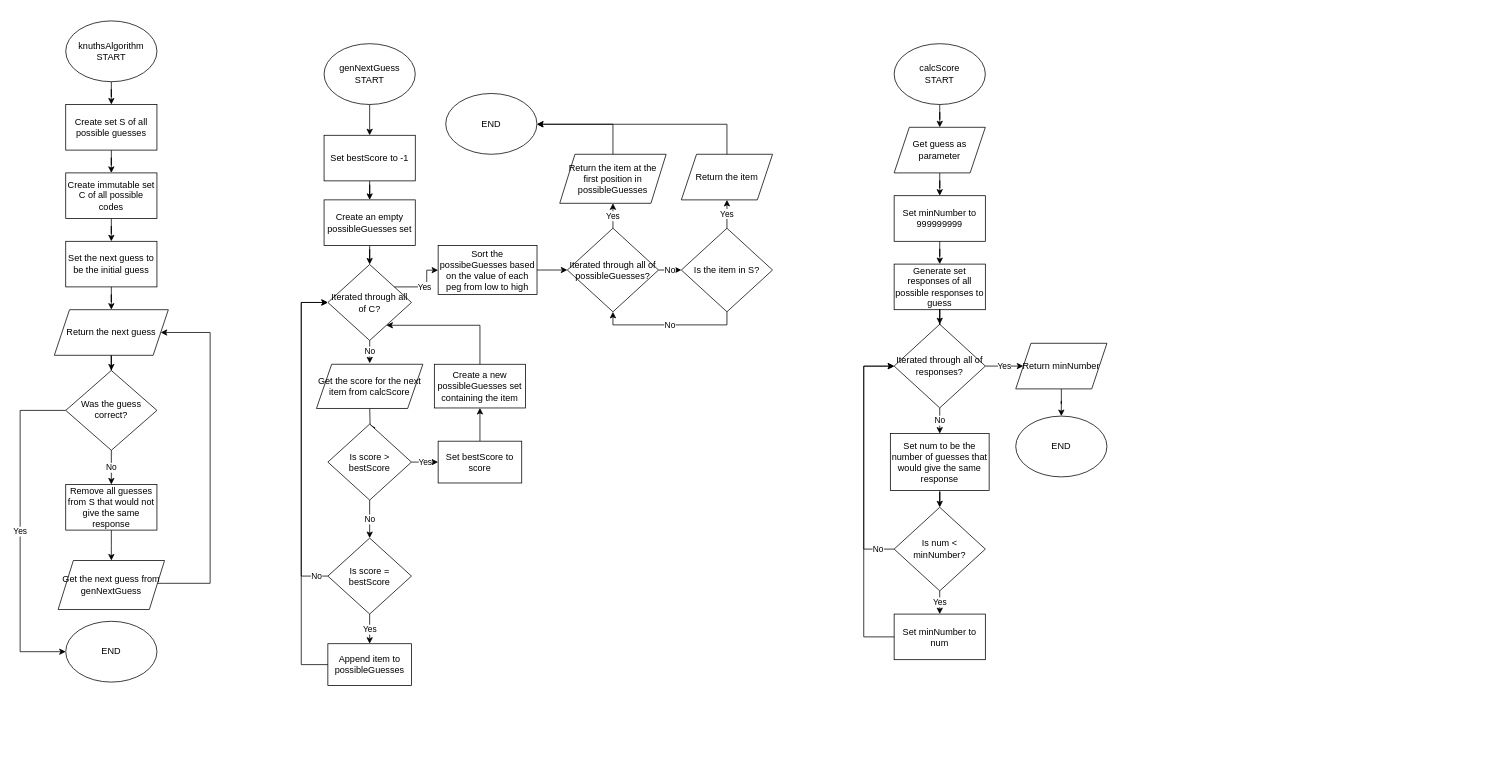
The draw.io diagram Knuths Algorithm Flowchart.drawio in Rufushwilliams/NEA---MasterMind, before the edit. Source tidied: cells renumbered, new cells numbered last; positions are measured from the earlier drawing's top-left corner, leaving out a move shared by most shapes. Both pictures are drawn from the tidied source at 76%, with x=0, y=0 at pixel (20, 21).
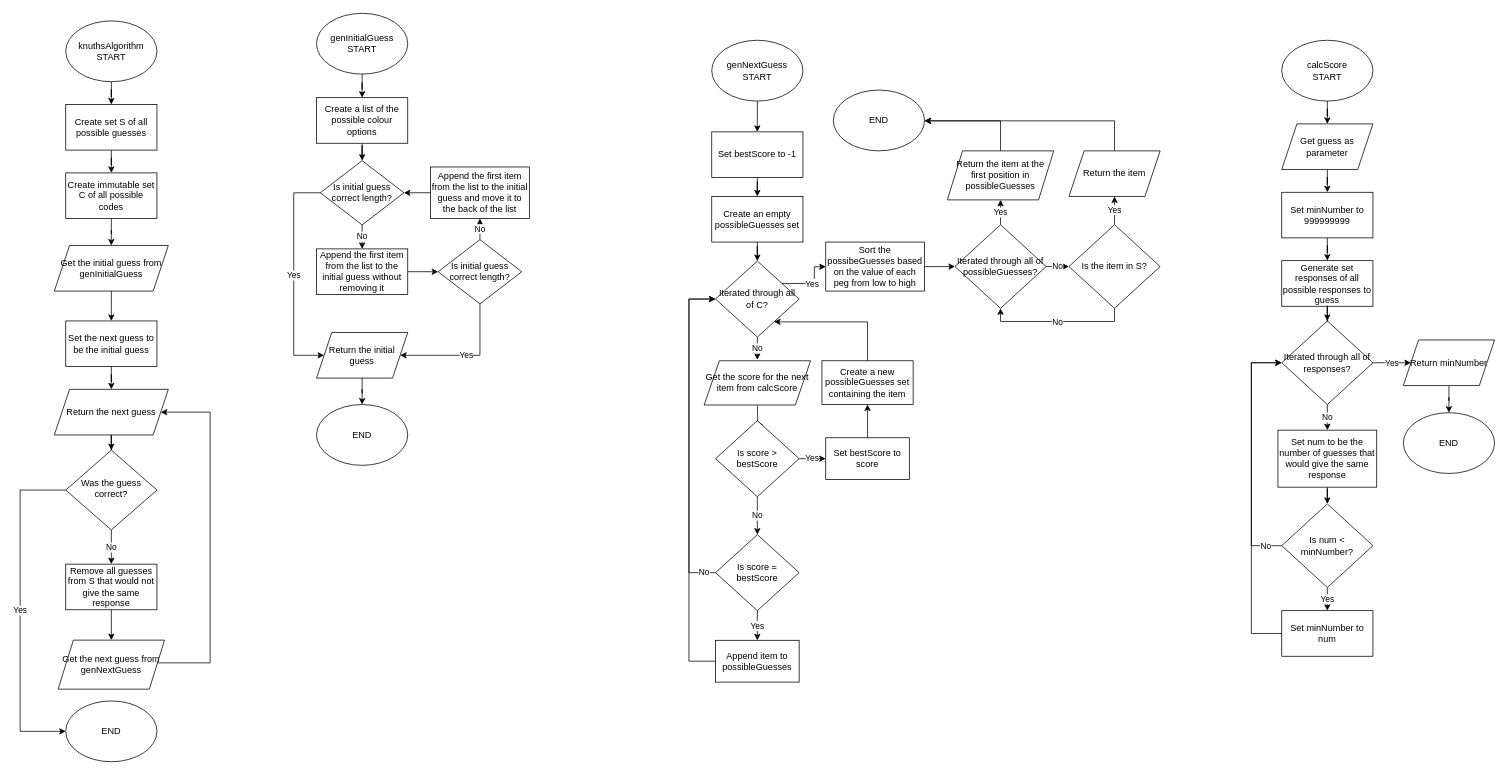
The same page after the edit.

Unchanged cells that the change refers to:
```xml
<mxCell id="7" value="Create immutable set C of all possible codes" style="rounded=0;whiteSpace=wrap;html=1;" parent="1" vertex="1">
  <mxGeometry x="60" y="200" width="120" height="60" as="geometry" />
</mxCell>
```

What changed in the source:
```diff
@@
-    <mxCell id="6" style="edgeStyle=orthogonalEdgeStyle;rounded=0;jettySize=auto;html=1;" parent="1" edge="1" source="7" target="8">
-      <mxGeometry relative="1" as="geometry" />
-    </mxCell>
+    <mxCell id="77" style="edgeStyle=orthogonalEdgeStyle;rounded=0;jettySize=auto;html=1;" parent="1" edge="1" source="7" target="96">
+      <mxGeometry relative="1" as="geometry" />
+    </mxCell>
@@
     <mxCell id="8" value="Set the next guess to be the initial guess" style="rounded=0;whiteSpace=wrap;html=1;" parent="1" vertex="1">
-      <mxGeometry x="60" y="290" width="120" height="60" as="geometry" />
+      <mxGeometry x="60" y="394.8" width="120" height="60" as="geometry" />
     </mxCell>
@@
     <mxCell id="11" value="Return the next guess" style="shape=parallelogram;perimeter=parallelogramPerimeter;whiteSpace=wrap;html=1;fixedSize=1;" parent="1" vertex="1">
-      <mxGeometry x="45" y="380" width="150" height="60" as="geometry" />
+      <mxGeometry x="45" y="484.8" width="150" height="60" as="geometry" />
     </mxCell>
     <mxCell id="12" style="edgeStyle=orthogonalEdgeStyle;rounded=0;jettySize=auto;html=1;" parent="1" edge="1" source="13">
       <mxGeometry relative="1" as="geometry">
-        <mxPoint x="120" y="710" as="targetPoint" />
+        <mxPoint x="120" y="814.7" as="targetPoint" />
       </mxGeometry>
     </mxCell>
     <mxCell id="13" value="Remove all guesses from S that would not give the same response" style="rounded=0;whiteSpace=wrap;html=1;" parent="1" vertex="1">
-      <mxGeometry x="60" y="610" width="120" height="60" as="geometry" />
+      <mxGeometry x="60" y="714.8" width="120" height="60" as="geometry" />
     </mxCell>
     <mxCell id="14" value="Yes" style="edgeStyle=orthogonalEdgeStyle;rounded=0;jettySize=auto;html=1;" parent="1" edge="1" source="15" target="16">
       <mxGeometry relative="1" as="geometry">
         <Array as="points">
-          <mxPoint y="513" />
-          <mxPoint y="830" />
+          <mxPoint y="617.8" />
+          <mxPoint y="934.8" />
         </Array>
       </mxGeometry>
     </mxCell>
     <mxCell id="15" value="Was the guess correct?" style="rhombus;whiteSpace=wrap;html=1;shadow=0;fontFamily=Helvetica;fontSize=12;align=center;strokeWidth=1;spacing=6;spacingTop=-4;" parent="1" vertex="1">
-      <mxGeometry x="60" y="460" width="120" height="105" as="geometry" />
+      <mxGeometry x="60" y="564.8" width="120" height="105" as="geometry" />
     </mxCell>
     <mxCell id="16" value="END" style="ellipse;whiteSpace=wrap;html=1;" parent="1" vertex="1">
-      <mxGeometry x="60" y="790" width="120" height="80" as="geometry" />
+      <mxGeometry x="60" y="894.8" width="120" height="80" as="geometry" />
     </mxCell>
     <mxCell id="17" value="No" style="edgeStyle=orthogonalEdgeStyle;rounded=0;jettySize=auto;html=1;" parent="1" edge="1" source="15" target="13">
       <mxGeometry relative="1" as="geometry">
         <Array as="points">
-          <mxPoint x="120" y="600" />
-          <mxPoint x="120" y="600" />
+          <mxPoint x="120" y="704.8" />
+          <mxPoint x="120" y="704.8" />
         </Array>
       </mxGeometry>
     </mxCell>
     <mxCell id="18" style="edgeStyle=orthogonalEdgeStyle;rounded=0;jettySize=auto;html=1;" parent="1" edge="1" target="11">
       <mxGeometry relative="1" as="geometry">
-        <mxPoint x="180" y="740" as="sourcePoint" />
+        <mxPoint x="180" y="844.7" as="sourcePoint" />
         <Array as="points">
-          <mxPoint x="250" y="740" />
-          <mxPoint x="250" y="410" />
+          <mxPoint x="250" y="844.8" />
+          <mxPoint x="250" y="514.8" />
         </Array>
       </mxGeometry>
     </mxCell>
     <mxCell id="19" style="edgeStyle=orthogonalEdgeStyle;rounded=0;jettySize=auto;html=1;" parent="1" edge="1" target="22">
       <mxGeometry relative="1" as="geometry">
-        <mxPoint x="460" y="510.5" as="sourcePoint" />
+        <mxPoint x="970" y="506" as="sourcePoint" />
       </mxGeometry>
     </mxCell>
     <mxCell id="20" value="Iterated through all of C?" style="rhombus;whiteSpace=wrap;html=1;" parent="1" vertex="1">
-      <mxGeometry x="404.9" y="320.5" width="110" height="100" as="geometry" />
+      <mxGeometry x="915" y="316" width="110" height="100" as="geometry" />
     </mxCell>
@@
     <mxCell id="22" value="Is score &amp;gt; bestScore" style="rhombus;whiteSpace=wrap;html=1;" parent="1" vertex="1">
-      <mxGeometry x="404.9" y="530.5" width="110" height="100" as="geometry" />
+      <mxGeometry x="915" y="526" width="110" height="100" as="geometry" />
     </mxCell>
@@
     <mxCell id="24" value="Create an empty possibleGuesses set" style="rounded=0;whiteSpace=wrap;html=1;" parent="1" vertex="1">
-      <mxGeometry x="399.9" y="235.5" width="120" height="60" as="geometry" />
+      <mxGeometry x="910" y="231" width="120" height="60" as="geometry" />
     </mxCell>
     <mxCell id="25" value="Is score = bestScore" style="rhombus;whiteSpace=wrap;html=1;" parent="1" vertex="1">
-      <mxGeometry x="404.9" y="680.5" width="110" height="100" as="geometry" />
+      <mxGeometry x="915" y="676" width="110" height="100" as="geometry" />
     </mxCell>
@@
     <mxCell id="27" value="No" style="edgeStyle=orthogonalEdgeStyle;rounded=0;jettySize=auto;html=1;" parent="1" edge="1" source="25" target="20">
       <mxGeometry x="-0.93" relative="1" as="geometry">
         <Array as="points">
-          <mxPoint x="369.9" y="730.5" />
-          <mxPoint x="369.9" y="370.5" />
+          <mxPoint x="880" y="726" />
+          <mxPoint x="880" y="366" />
         </Array>
       </mxGeometry>
     </mxCell>
     <mxCell id="28" value="No" style="endArrow=classic;html=1;rounded=0;" parent="1" edge="1" source="20">
       <mxGeometry relative="1" as="geometry">
-        <mxPoint x="460" y="450.5" as="targetPoint" />
+        <mxPoint x="970" y="446" as="targetPoint" />
       </mxGeometry>
     </mxCell>
@@
     <mxCell id="30" value="Set bestScore to score" style="rounded=0;whiteSpace=wrap;html=1;" parent="1" vertex="1">
-      <mxGeometry x="550" y="553" width="110" height="55" as="geometry" />
+      <mxGeometry x="1060" y="548.5" width="110" height="55" as="geometry" />
     </mxCell>
     <mxCell id="31" value="Create a new possibleGuesses set containing the item" style="rounded=0;whiteSpace=wrap;html=1;" parent="1" vertex="1">
-      <mxGeometry x="545" y="451.8" width="120" height="57.5" as="geometry" />
+      <mxGeometry x="1055" y="447.2" width="120" height="57.5" as="geometry" />
     </mxCell>
     <mxCell id="32" style="edgeStyle=orthogonalEdgeStyle;rounded=0;jettySize=auto;html=1;" parent="1" edge="1" source="31" target="20">
       <mxGeometry relative="1" as="geometry">
         <Array as="points">
-          <mxPoint x="605" y="400.5" />
+          <mxPoint x="1115" y="396" />
         </Array>
       </mxGeometry>
     </mxCell>
@@
     <mxCell id="34" value="Set bestScore to -1" style="rounded=0;whiteSpace=wrap;html=1;" parent="1" vertex="1">
-      <mxGeometry x="399.9" y="150.5" width="120" height="60" as="geometry" />
+      <mxGeometry x="910" y="146" width="120" height="60" as="geometry" />
     </mxCell>
     <mxCell id="35" value="Append item to possibleGuesses" style="rounded=0;whiteSpace=wrap;html=1;" parent="1" vertex="1">
-      <mxGeometry x="404.9" y="819.5" width="110" height="55" as="geometry" />
+      <mxGeometry x="915" y="815" width="110" height="55" as="geometry" />
     </mxCell>
@@
     <mxCell id="37" style="edgeStyle=orthogonalEdgeStyle;rounded=0;jettySize=auto;html=1;" parent="1" edge="1" source="35" target="20">
       <mxGeometry relative="1" as="geometry">
         <Array as="points">
-          <mxPoint x="369.9" y="847" />
-          <mxPoint x="369.9" y="370.5" />
+          <mxPoint x="880" y="842.5" />
+          <mxPoint x="880" y="366" />
         </Array>
       </mxGeometry>
     </mxCell>
@@
     <mxCell id="39" value="Sort the possibeGuesses based on the value of each peg from low to high" style="rounded=0;whiteSpace=wrap;html=1;" parent="1" vertex="1">
-      <mxGeometry x="550" y="295.5" width="130.1" height="64.5" as="geometry" />
+      <mxGeometry x="1060" y="291" width="130.1" height="64.5" as="geometry" />
     </mxCell>
@@
     <mxCell id="42" value="Iterated through all of possibleGuesses?" style="rhombus;whiteSpace=wrap;html=1;" parent="1" vertex="1">
-      <mxGeometry x="720" y="272.8" width="120" height="110" as="geometry" />
+      <mxGeometry x="1230" y="268.2" width="120" height="110" as="geometry" />
     </mxCell>
@@
     <mxCell id="44" value="Is the item in S?" style="rhombus;whiteSpace=wrap;html=1;" parent="1" vertex="1">
-      <mxGeometry x="870" y="272.8" width="120" height="110" as="geometry" />
+      <mxGeometry x="1380" y="268.2" width="120" height="110" as="geometry" />
     </mxCell>
     <mxCell id="45" value="Return the item" style="shape=parallelogram;perimeter=parallelogramPerimeter;whiteSpace=wrap;html=1;fixedSize=1;" parent="1" vertex="1">
-      <mxGeometry x="870" y="175.5" width="120" height="60" as="geometry" />
+      <mxGeometry x="1380" y="171" width="120" height="60" as="geometry" />
     </mxCell>
@@
     <mxCell id="47" value="genNextGuess&lt;br&gt;START" style="ellipse;whiteSpace=wrap;html=1;" parent="1" vertex="1">
-      <mxGeometry x="399.9" y="30" width="120" height="80" as="geometry" />
+      <mxGeometry x="910" y="25.5" width="120" height="80" as="geometry" />
     </mxCell>
     <mxCell id="48" value="END" style="ellipse;whiteSpace=wrap;html=1;" parent="1" vertex="1">
-      <mxGeometry x="560" y="95.5" width="120" height="80" as="geometry" />
+      <mxGeometry x="1070" y="91" width="120" height="80" as="geometry" />
     </mxCell>
     <mxCell id="49" value="Return the item at the first position in possibleGuesses" style="shape=parallelogram;perimeter=parallelogramPerimeter;whiteSpace=wrap;html=1;fixedSize=1;" parent="1" vertex="1">
-      <mxGeometry x="710" y="175.5" width="140" height="64.5" as="geometry" />
+      <mxGeometry x="1220" y="171" width="140" height="64.5" as="geometry" />
     </mxCell>
     <mxCell id="50" style="edgeStyle=orthogonalEdgeStyle;rounded=0;jettySize=auto;html=1;" parent="1" edge="1" source="49" target="48">
       <mxGeometry relative="1" as="geometry">
         <Array as="points">
-          <mxPoint x="780" y="136" />
+          <mxPoint x="1290" y="131.5" />
         </Array>
       </mxGeometry>
     </mxCell>
     <mxCell id="51" style="edgeStyle=orthogonalEdgeStyle;rounded=0;jettySize=auto;html=1;" parent="1" edge="1" source="45" target="48">
       <mxGeometry relative="1" as="geometry">
         <Array as="points">
-          <mxPoint x="930" y="136" />
+          <mxPoint x="1440" y="131.5" />
         </Array>
       </mxGeometry>
     </mxCell>
     <mxCell id="52" value="No" style="edgeStyle=orthogonalEdgeStyle;rounded=0;jettySize=auto;html=1;" parent="1" edge="1" source="44" target="42">
       <mxGeometry relative="1" as="geometry">
         <Array as="points">
-          <mxPoint x="930" y="400" />
-          <mxPoint x="780" y="400" />
+          <mxPoint x="1440" y="395.5" />
+          <mxPoint x="1290" y="395.5" />
         </Array>
       </mxGeometry>
     </mxCell>
     <mxCell id="53" value="Yes" style="edgeStyle=orthogonalEdgeStyle;rounded=0;jettySize=auto;html=1;" parent="1" edge="1" source="20" target="39">
       <mxGeometry relative="1" as="geometry">
         <Array as="points">
-          <mxPoint x="535" y="350" />
-          <mxPoint x="535" y="328" />
+          <mxPoint x="1045" y="345.5" />
+          <mxPoint x="1045" y="323.5" />
         </Array>
       </mxGeometry>
     </mxCell>
     <mxCell id="54" value="Get the next guess from genNextGuess" style="shape=parallelogram;perimeter=parallelogramPerimeter;whiteSpace=wrap;html=1;fixedSize=1;" parent="1" vertex="1">
-      <mxGeometry x="50" y="710" width="140" height="64.5" as="geometry" />
+      <mxGeometry x="50" y="814.8" width="140" height="64.5" as="geometry" />
     </mxCell>
     <mxCell id="55" value="Get the score for the next item from calcScore" style="shape=parallelogram;perimeter=parallelogramPerimeter;whiteSpace=wrap;html=1;fixedSize=1;" parent="1" vertex="1">
-      <mxGeometry x="389.9" y="451.8" width="140" height="58.2" as="geometry" />
+      <mxGeometry x="900" y="447.2" width="140" height="58.2" as="geometry" />
     </mxCell>
@@
     <mxCell id="57" value="calcScore&lt;br&gt;START" style="ellipse;whiteSpace=wrap;html=1;" parent="1" vertex="1">
-      <mxGeometry x="1150" y="30" width="120" height="80" as="geometry" />
+      <mxGeometry x="1660" y="25.5" width="120" height="80" as="geometry" />
     </mxCell>
     <mxCell id="58" value="Set minNumber to 999999999" style="rounded=0;whiteSpace=wrap;html=1;" parent="1" vertex="1">
-      <mxGeometry x="1150" y="230" width="120" height="60" as="geometry" />
+      <mxGeometry x="1660" y="225.5" width="120" height="60" as="geometry" />
     </mxCell>
@@
     <mxCell id="60" value="Get guess as parameter" style="shape=parallelogram;perimeter=parallelogramPerimeter;whiteSpace=wrap;html=1;fixedSize=1;" parent="1" vertex="1">
-      <mxGeometry x="1150" y="140" width="120" height="60" as="geometry" />
+      <mxGeometry x="1660" y="135.5" width="120" height="60" as="geometry" />
     </mxCell>
     <mxCell id="61" value="Generate set responses of all possible responses to guess" style="rounded=0;whiteSpace=wrap;html=1;" parent="1" vertex="1">
-      <mxGeometry x="1150" y="320" width="120" height="60" as="geometry" />
+      <mxGeometry x="1660" y="315.5" width="120" height="60" as="geometry" />
     </mxCell>
@@
     <mxCell id="64" value="Iterated through all of responses?" style="rhombus;whiteSpace=wrap;html=1;" parent="1" vertex="1">
-      <mxGeometry x="1150" y="399.2" width="120" height="110" as="geometry" />
+      <mxGeometry x="1660" y="394.8" width="120" height="110" as="geometry" />
     </mxCell>
@@
     <mxCell id="66" value="Set num to be the number of guesses that would give the same response" style="rounded=0;whiteSpace=wrap;html=1;" parent="1" vertex="1">
-      <mxGeometry x="1145" y="543" width="130" height="75" as="geometry" />
+      <mxGeometry x="1655" y="538.5" width="130" height="75" as="geometry" />
     </mxCell>
@@
     <mxCell id="68" value="Is num &amp;lt; minNumber?" style="rhombus;whiteSpace=wrap;html=1;" parent="1" vertex="1">
-      <mxGeometry x="1150" y="640" width="120" height="110" as="geometry" />
+      <mxGeometry x="1660" y="635.5" width="120" height="110" as="geometry" />
     </mxCell>
     <mxCell id="69" value="Set minNumber to num" style="rounded=0;whiteSpace=wrap;html=1;" parent="1" vertex="1">
-      <mxGeometry x="1150" y="780.5" width="120" height="60" as="geometry" />
+      <mxGeometry x="1660" y="776" width="120" height="60" as="geometry" />
     </mxCell>
@@
     <mxCell id="72" value="No" style="edgeStyle=orthogonalEdgeStyle;rounded=0;jettySize=auto;html=1;" parent="1" edge="1" source="68" target="64">
       <mxGeometry x="-0.87" relative="1" as="geometry">
         <Array as="points">
-          <mxPoint x="1110" y="695" />
-          <mxPoint x="1110" y="454.3" />
+          <mxPoint x="1620" y="690.5" />
+          <mxPoint x="1620" y="449.8" />
         </Array>
       </mxGeometry>
     </mxCell>
     <mxCell id="73" style="edgeStyle=orthogonalEdgeStyle;rounded=0;jettySize=auto;html=1;" parent="1" edge="1" source="69" target="64">
       <mxGeometry relative="1" as="geometry">
         <Array as="points">
-          <mxPoint x="1110" y="810.5" />
-          <mxPoint x="1110" y="454.3" />
+          <mxPoint x="1620" y="806" />
+          <mxPoint x="1620" y="449.8" />
         </Array>
       </mxGeometry>
     </mxCell>
@@
     <mxCell id="75" value="Return minNumber" style="shape=parallelogram;perimeter=parallelogramPerimeter;whiteSpace=wrap;html=1;fixedSize=1;" parent="1" vertex="1">
-      <mxGeometry x="1310" y="424.2" width="120" height="60" as="geometry" />
+      <mxGeometry x="1820" y="419.8" width="120" height="60" as="geometry" />
     </mxCell>
     <mxCell id="76" value="END" style="ellipse;whiteSpace=wrap;html=1;" parent="1" vertex="1">
-      <mxGeometry x="1310" y="520" width="120" height="80" as="geometry" />
+      <mxGeometry x="1820" y="515.5" width="120" height="80" as="geometry" />
     </mxCell>
+    <mxCell id="78" style="edgeStyle=orthogonalEdgeStyle;rounded=0;jettySize=auto;html=1;" parent="1" edge="1" source="79" target="85">
+      <mxGeometry relative="1" as="geometry" />
+    </mxCell>
+    <mxCell id="79" value="genInitialGuess&lt;br&gt;START" style="ellipse;whiteSpace=wrap;html=1;" parent="1" vertex="1">
+      <mxGeometry x="390" y="-10" width="120" height="80" as="geometry" />
+    </mxCell>
+    <mxCell id="80" value="No" style="edgeStyle=orthogonalEdgeStyle;rounded=0;jettySize=auto;html=1;" parent="1" edge="1" source="81" target="83">
+      <mxGeometry relative="1" as="geometry" />
+    </mxCell>
+    <mxCell id="81" value="Is initial guess correct length?" style="rhombus;whiteSpace=wrap;html=1;" parent="1" vertex="1">
+      <mxGeometry x="395" y="183.9" width="110" height="84.5" as="geometry" />
+    </mxCell>
+    <mxCell id="82" style="edgeStyle=orthogonalEdgeStyle;rounded=0;jettySize=auto;html=1;" parent="1" edge="1" source="83" target="87">
+      <mxGeometry relative="1" as="geometry" />
+    </mxCell>
+    <mxCell id="83" value="Append the first item from the list to the initial guess without removing it" style="rounded=0;whiteSpace=wrap;html=1;" parent="1" vertex="1">
+      <mxGeometry x="390" y="300" width="120" height="60" as="geometry" />
+    </mxCell>
+    <mxCell id="84" style="edgeStyle=orthogonalEdgeStyle;rounded=0;jettySize=auto;html=1;" parent="1" edge="1" source="85" target="81">
+      <mxGeometry relative="1" as="geometry" />
+    </mxCell>
+    <mxCell id="85" value="Create a list of the possible colour options" style="rounded=0;whiteSpace=wrap;html=1;" parent="1" vertex="1">
+      <mxGeometry x="390" y="101" width="120" height="60" as="geometry" />
+    </mxCell>
+    <mxCell id="86" value="No" style="edgeStyle=orthogonalEdgeStyle;rounded=0;jettySize=auto;html=1;" parent="1" edge="1" source="87" target="89">
+      <mxGeometry relative="1" as="geometry" />
+    </mxCell>
+    <mxCell id="87" value="Is initial guess correct length?" style="rhombus;whiteSpace=wrap;html=1;" parent="1" vertex="1">
+      <mxGeometry x="550" y="287.8" width="110" height="84.5" as="geometry" />
+    </mxCell>
+    <mxCell id="88" style="edgeStyle=orthogonalEdgeStyle;rounded=0;jettySize=auto;html=1;" parent="1" edge="1" source="89" target="81">
+      <mxGeometry relative="1" as="geometry" />
+    </mxCell>
+    <mxCell id="89" value="Append the first item from the list to the initial guess and move it to the back of the list" style="rounded=0;whiteSpace=wrap;html=1;" parent="1" vertex="1">
+      <mxGeometry x="540" y="192.2" width="130" height="67.8" as="geometry" />
+    </mxCell>
+    <mxCell id="90" value="Yes" style="edgeStyle=orthogonalEdgeStyle;rounded=0;jettySize=auto;html=1;" parent="1" edge="1" source="81" target="93">
+      <mxGeometry relative="1" as="geometry">
+        <Array as="points">
+          <mxPoint x="360" y="226" />
+          <mxPoint x="360" y="440" />
+        </Array>
+      </mxGeometry>
+    </mxCell>
+    <mxCell id="91" value="Yes" style="edgeStyle=orthogonalEdgeStyle;rounded=0;jettySize=auto;html=1;" parent="1" edge="1" source="87" target="93">
+      <mxGeometry relative="1" as="geometry">
+        <Array as="points">
+          <mxPoint x="605" y="440" />
+        </Array>
+      </mxGeometry>
+    </mxCell>
+    <mxCell id="92" style="edgeStyle=orthogonalEdgeStyle;rounded=0;jettySize=auto;html=1;" parent="1" edge="1" source="93" target="94">
+      <mxGeometry relative="1" as="geometry" />
+    </mxCell>
+    <mxCell id="93" value="Return the initial guess" style="shape=parallelogram;perimeter=parallelogramPerimeter;whiteSpace=wrap;html=1;fixedSize=1;" parent="1" vertex="1">
+      <mxGeometry x="390" y="410" width="120" height="60" as="geometry" />
+    </mxCell>
+    <mxCell id="94" value="END" style="ellipse;whiteSpace=wrap;html=1;" parent="1" vertex="1">
+      <mxGeometry x="390" y="504.8" width="120" height="80" as="geometry" />
+    </mxCell>
+    <mxCell id="95" style="edgeStyle=orthogonalEdgeStyle;rounded=0;jettySize=auto;html=1;" parent="1" edge="1" source="96" target="8">
+      <mxGeometry relative="1" as="geometry" />
+    </mxCell>
+    <mxCell id="96" value="Get the initial guess from genInitialGuess" style="shape=parallelogram;perimeter=parallelogramPerimeter;whiteSpace=wrap;html=1;fixedSize=1;" parent="1" vertex="1">
+      <mxGeometry x="45" y="295.5" width="150" height="60" as="geometry" />
+    </mxCell>
```
